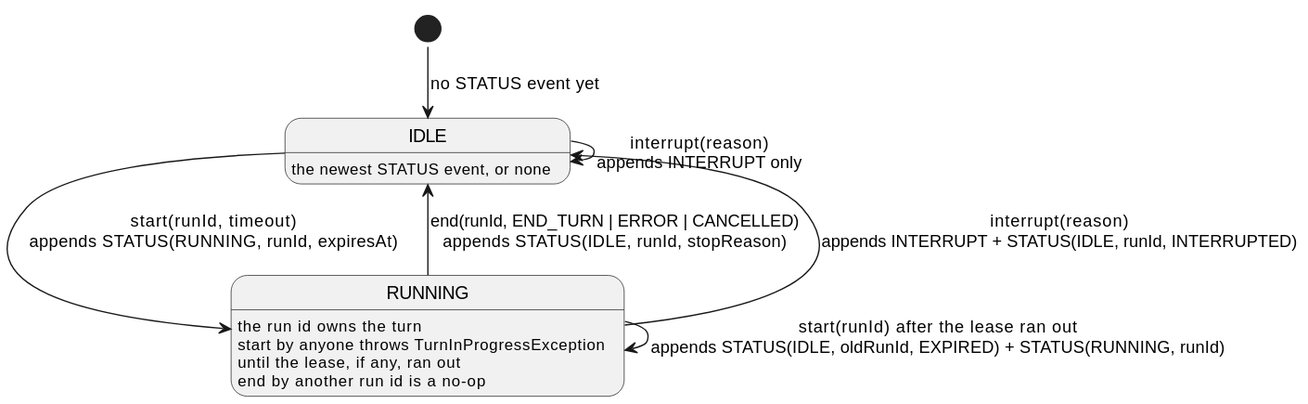
Earlier version of the PlantUML export spring-ai-docs/src/main/antora/modules/ROOT/images/session/session-status-state.svg (spring-projects/spring-ai). Its diagram source:
```plantuml
@startuml
!pragma layout smetana
skinparam shadowing false
hide empty description
[*] --> IDLE : no STATUS event yet
IDLE --> RUNNING : start(runId, timeout)\nappends STATUS(RUNNING, runId, expiresAt)
RUNNING --> RUNNING : start(runId) after the lease ran out\nappends STATUS(IDLE, oldRunId, EXPIRED) + STATUS(RUNNING, runId)
RUNNING --> IDLE : end(runId, END_TURN | ERROR | CANCELLED)\nappends STATUS(IDLE, runId, stopReason)
RUNNING --> IDLE : interrupt(reason)\nappends INTERRUPT + STATUS(IDLE, runId, INTERRUPTED)
IDLE --> IDLE : interrupt(reason)\nappends INTERRUPT only
IDLE : the newest STATUS event, or none
RUNNING : the run id owns the turn
RUNNING : start by anyone throws TurnInProgressException\nuntil the lease, if any, ran out
RUNNING : end by another run id is a no-op
@enduml
```
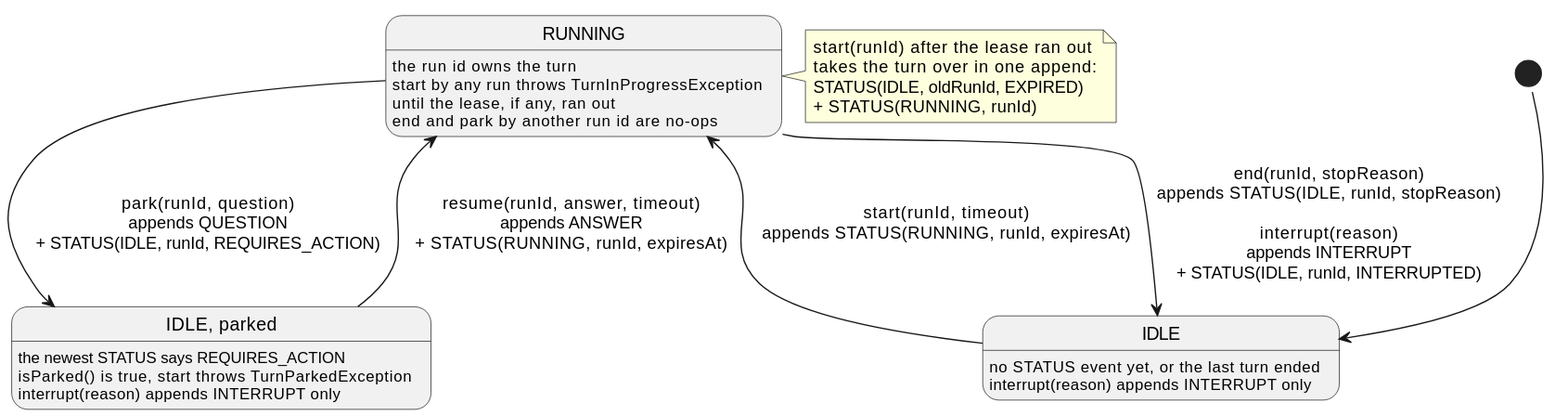
The same diagram one commit later.

The edit, as a diff of the source:
```diff
@@ -2,14 +2,31 @@
 !pragma layout smetana
 skinparam shadowing false
 hide empty description
-[*] --> IDLE : no STATUS event yet
+
+state RUNNING
+RUNNING : the run id owns the turn
+RUNNING : start by any run throws TurnInProgressException\nuntil the lease, if any, ran out
+RUNNING : end and park by another run id are no-ops
+
+state "IDLE" as IDLE
+IDLE : no STATUS event yet, or the last turn ended
+IDLE : interrupt(reason) appends INTERRUPT only
+
+state "IDLE, parked" as PARKED
+PARKED : the newest STATUS says REQUIRES_ACTION
+PARKED : isParked() is true, start throws TurnParkedException
+PARKED : interrupt(reason) appends INTERRUPT only
+
+note right of RUNNING
+  start(runId) after the lease ran out
+  takes the turn over in one append:
+  STATUS(IDLE, oldRunId, EXPIRED)
+  + STATUS(RUNNING, runId)
+end note
+
+[*] --> IDLE
 IDLE --> RUNNING : start(runId, timeout)\nappends STATUS(RUNNING, runId, expiresAt)
-RUNNING --> RUNNING : start(runId) after the lease ran out\nappends STATUS(IDLE, oldRunId, EXPIRED) + STATUS(RUNNING, runId)
-RUNNING --> IDLE : end(runId, END_TURN | ERROR | CANCELLED)\nappends STATUS(IDLE, runId, stopReason)
-RUNNING --> IDLE : interrupt(reason)\nappends INTERRUPT + STATUS(IDLE, runId, INTERRUPTED)
-IDLE --> IDLE : interrupt(reason)\nappends INTERRUPT only
-IDLE : the newest STATUS event, or none
-RUNNING : the run id owns the turn
-RUNNING : start by anyone throws TurnInProgressException\nuntil the lease, if any, ran out
-RUNNING : end by another run id is a no-op
+RUNNING --> IDLE : end(runId, stopReason)\nappends STATUS(IDLE, runId, stopReason)\n\ninterrupt(reason)\nappends INTERRUPT\n+ STATUS(IDLE, runId, INTERRUPTED)
+RUNNING --> PARKED : park(runId, question)\nappends QUESTION\n+ STATUS(IDLE, runId, REQUIRES_ACTION)
+PARKED --> RUNNING : resume(runId, answer, timeout)\nappends ANSWER\n+ STATUS(RUNNING, runId, expiresAt)
 @enduml
```
